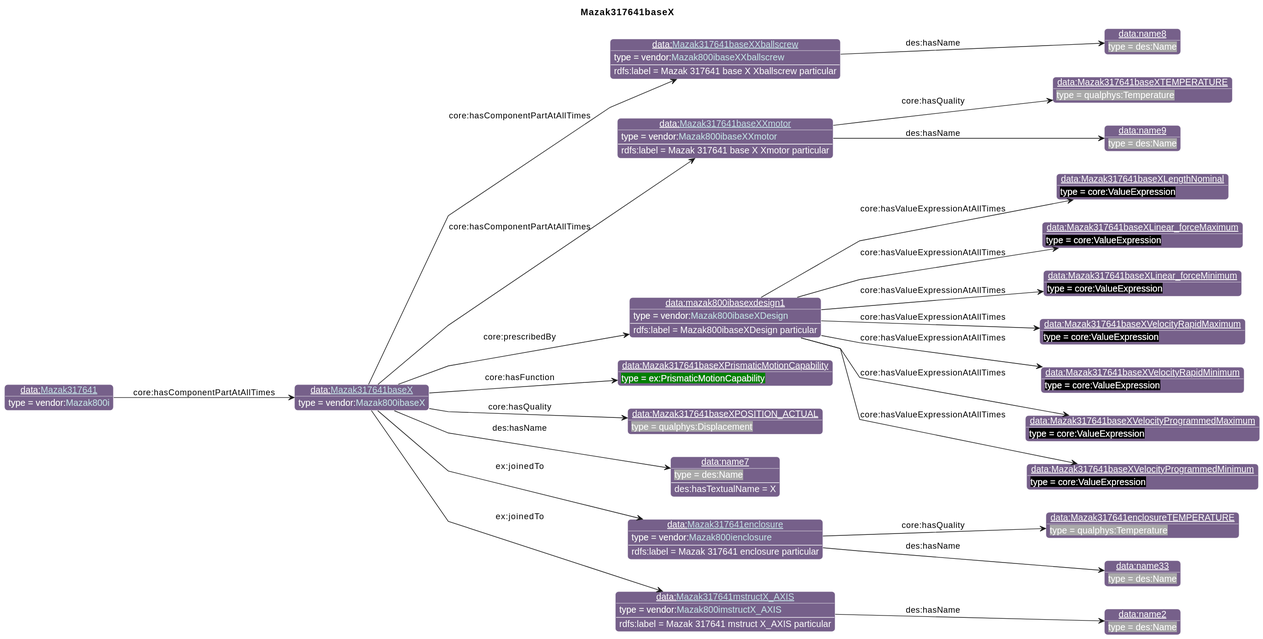
Above: diagrams/Mazak317641baseX.svg in iofoundry/example-syseng-mtconnect (PlantUML), before the change.
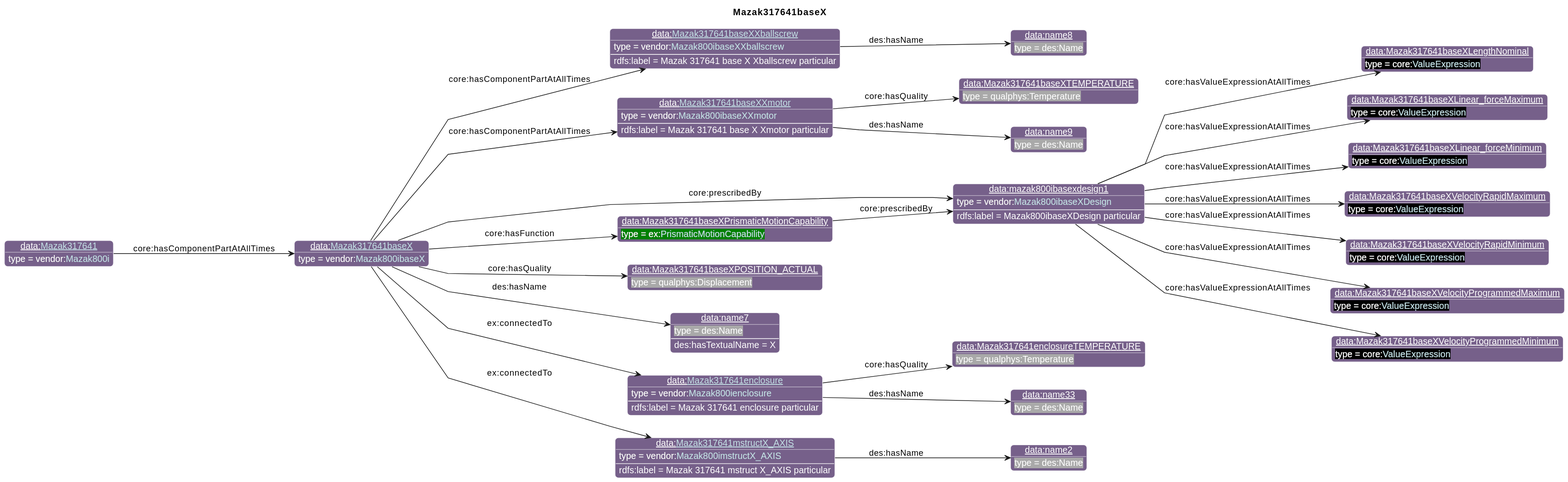
The same diagram one commit later.

The edit, as a diff of the source:
```diff
@@ -32,14 +32,14 @@
 individual(o4, data:Mazak317641baseXTEMPERATURE, qualphys:Temperature)
 individual(o5, data:name9, des:Name)
 individual(o6, data:mazak800ibasexdesign1, vendor:[[../Mazak.html#Mazak800ibaseXDesign Mazak800ibaseXDesign]])
-individual(o7, data:Mazak317641baseXLengthNominal, core:ValueExpression)
-individual(o8, data:Mazak317641baseXLinear_forceMaximum, core:ValueExpression)
-individual(o9, data:Mazak317641baseXLinear_forceMinimum, core:ValueExpression)
-individual(o10, data:Mazak317641baseXVelocityRapidMaximum, core:ValueExpression)
-individual(o11, data:Mazak317641baseXVelocityRapidMinimum, core:ValueExpression)
-individual(o12, data:Mazak317641baseXVelocityProgrammedMaximum, core:ValueExpression)
-individual(o13, data:Mazak317641baseXVelocityProgrammedMinimum, core:ValueExpression)
-individual(o14, data:Mazak317641baseXPrismaticMotionCapability, ex:PrismaticMotionCapability)
+individual(o7, data:Mazak317641baseXLengthNominal, core:[[https://spec.industrialontologies.org/ontology/core/Core/ValueExpression ValueExpression]])
+individual(o8, data:Mazak317641baseXLinear_forceMaximum, core:[[https://spec.industrialontologies.org/ontology/core/Core/ValueExpression ValueExpression]])
+individual(o9, data:Mazak317641baseXLinear_forceMinimum, core:[[https://spec.industrialontologies.org/ontology/core/Core/ValueExpression ValueExpression]])
+individual(o10, data:Mazak317641baseXVelocityRapidMaximum, core:[[https://spec.industrialontologies.org/ontology/core/Core/ValueExpression ValueExpression]])
+individual(o11, data:Mazak317641baseXVelocityRapidMinimum, core:[[https://spec.industrialontologies.org/ontology/core/Core/ValueExpression ValueExpression]])
+individual(o12, data:Mazak317641baseXVelocityProgrammedMaximum, core:[[https://spec.industrialontologies.org/ontology/core/Core/ValueExpression ValueExpression]])
+individual(o13, data:Mazak317641baseXVelocityProgrammedMinimum, core:[[https://spec.industrialontologies.org/ontology/core/Core/ValueExpression ValueExpression]])
+individual(o14, data:Mazak317641baseXPrismaticMotionCapability, ex:[[../Example.html#PrismaticMotionCapability PrismaticMotionCapability]])
 individual(o15, data:Mazak317641baseXPOSITION_ACTUAL, qualphys:Displacement)
 individual(o16, data:name7, des:Name)
 individual(o17, data:[[./Mazak317641enclosure.html Mazak317641enclosure]], vendor:[[../Mazak.html#Mazak800ienclosure Mazak800ienclosure]])
@@ -65,14 +65,15 @@
 property(o6, "core:hasValueExpressionAtAllTimes", o12)
 property(o6, "core:hasValueExpressionAtAllTimes", o13)
 property(o0, "core:hasFunction", o14)
+property(o14, "core:prescribedBy", o6)
 property(o0, "core:hasQuality", o15)
 property(o0, "des:hasName", o16)
 data(o16, "des:hasTextualName", "X")
-property(o0, "ex:joinedTo", o17)
+property(o0, "ex:connectedTo", o17)
 data(o17, "rdfs:label", "Mazak 317641 enclosure particular")
 property(o17, "core:hasQuality", o18)
 property(o17, "des:hasName", o19)
-property(o0, "ex:joinedTo", o20)
+property(o0, "ex:connectedTo", o20)
 data(o20, "rdfs:label", "Mazak 317641 mstruct X_AXIS particular")
 property(o20, "des:hasName", o21)
 property(o22, "core:hasComponentPartAtAllTimes", o0)
```
